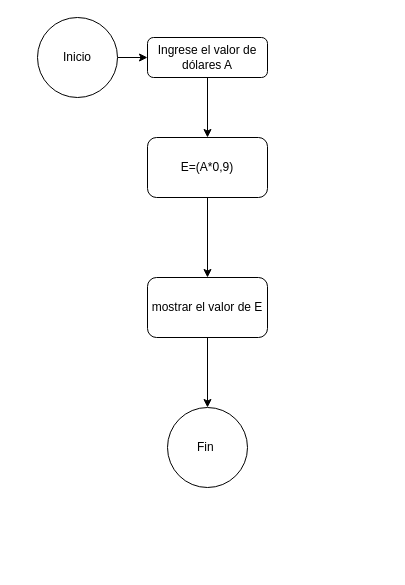
This is Diagrama sin título.drawio from Santiagopc18/Programaci-n-, a draw.io file, before an edit. Source tidied: cells renumbered, new cells numbered last; positions are measured from the earlier drawing's top-left corner, leaving out a move shared by most shapes. Both pictures are drawn from the tidied source at 100%, with x=0, y=0 at pixel (37, 17).
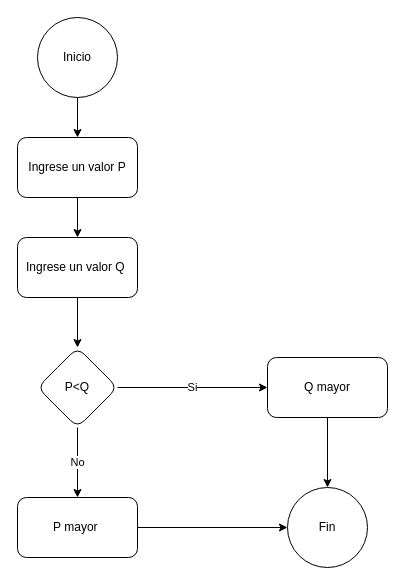
The same page after the edit.

Diff of the diagram source:
```diff
@@
 <mxGraphModel>
   <root>
     <mxCell id="0" />
     <mxCell id="1" parent="0" />
-    <mxCell id="2" style="edgeStyle=orthogonalEdgeStyle;rounded=0;jettySize=auto;html=1;" parent="1" edge="1" source="3" target="7">
-      <mxGeometry relative="1" as="geometry" />
-    </mxCell>
-    <mxCell id="3" value="Ingrese el valor de dólares A" style="rounded=1;whiteSpace=wrap;html=1;fontSize=12;glass=0;strokeWidth=1;shadow=0;" parent="1" vertex="1">
-      <mxGeometry x="110" y="20" width="120" height="40" as="geometry" />
-    </mxCell>
-    <mxCell id="4" style="edgeStyle=orthogonalEdgeStyle;rounded=0;jettySize=auto;html=1;" parent="1" edge="1" source="5" target="3">
-      <mxGeometry relative="1" as="geometry" />
-    </mxCell>
+    <mxCell id="11" style="edgeStyle=orthogonalEdgeStyle;rounded=0;jettySize=auto;html=1;" parent="1" edge="1" source="5" target="13">
+      <mxGeometry relative="1" as="geometry" />
+    </mxCell>
     <mxCell id="5" value="Inicio" style="ellipse;whiteSpace=wrap;html=1;" parent="1" vertex="1">
       <mxGeometry width="80" height="80" as="geometry" />
     </mxCell>
-    <mxCell id="6" style="edgeStyle=orthogonalEdgeStyle;rounded=0;jettySize=auto;html=1;" parent="1" edge="1" source="7" target="9">
-      <mxGeometry relative="1" as="geometry" />
-    </mxCell>
-    <mxCell id="7" value="E=(A*0,9)" style="rounded=1;whiteSpace=wrap;html=1;" parent="1" vertex="1">
-      <mxGeometry x="110" y="120" width="120" height="60" as="geometry" />
-    </mxCell>
-    <mxCell id="8" style="edgeStyle=orthogonalEdgeStyle;rounded=0;jettySize=auto;html=1;" parent="1" edge="1" source="9" target="10">
-      <mxGeometry relative="1" as="geometry" />
-    </mxCell>
-    <mxCell id="9" value="mostrar el valor de E" style="whiteSpace=wrap;html=1;rounded=1;" parent="1" vertex="1">
-      <mxGeometry x="110" y="260" width="120" height="60" as="geometry" />
-    </mxCell>
+    <mxCell id="12" style="edgeStyle=orthogonalEdgeStyle;rounded=0;jettySize=auto;html=1;" parent="1" edge="1" source="13" target="15">
+      <mxGeometry relative="1" as="geometry" />
+    </mxCell>
+    <mxCell id="13" value="Ingrese un valor P" style="rounded=1;whiteSpace=wrap;html=1;" parent="1" vertex="1">
+      <mxGeometry x="-20" y="120" width="120" height="60" as="geometry" />
+    </mxCell>
+    <mxCell id="14" style="edgeStyle=orthogonalEdgeStyle;rounded=0;jettySize=auto;html=1;" parent="1" edge="1" source="15" target="20">
+      <mxGeometry relative="1" as="geometry" />
+    </mxCell>
+    <mxCell id="15" value="Ingrese un valor Q&amp;nbsp;" style="rounded=1;whiteSpace=wrap;html=1;" parent="1" vertex="1">
+      <mxGeometry x="-20" y="220" width="120" height="60" as="geometry" />
+    </mxCell>
+    <mxCell id="16" style="edgeStyle=orthogonalEdgeStyle;rounded=0;jettySize=auto;html=1;" parent="1" edge="1" source="17" target="10">
+      <mxGeometry relative="1" as="geometry" />
+    </mxCell>
+    <mxCell id="17" value="Q mayor" style="rounded=1;whiteSpace=wrap;html=1;" parent="1" vertex="1">
+      <mxGeometry x="230" y="340" width="120" height="60" as="geometry" />
+    </mxCell>
+    <mxCell id="18" value="Si" style="edgeStyle=orthogonalEdgeStyle;rounded=0;jettySize=auto;html=1;" parent="1" edge="1" source="20" target="17">
+      <mxGeometry relative="1" as="geometry" />
+    </mxCell>
+    <mxCell id="19" value="No" style="edgeStyle=orthogonalEdgeStyle;rounded=0;jettySize=auto;html=1;" parent="1" edge="1" source="20" target="22">
+      <mxGeometry relative="1" as="geometry" />
+    </mxCell>
+    <mxCell id="20" value="P&amp;lt;Q" style="rhombus;whiteSpace=wrap;html=1;rounded=1;" parent="1" vertex="1">
+      <mxGeometry y="330" width="80" height="80" as="geometry" />
+    </mxCell>
+    <mxCell id="21" style="edgeStyle=orthogonalEdgeStyle;rounded=0;jettySize=auto;html=1;" parent="1" edge="1" source="22" target="10">
+      <mxGeometry relative="1" as="geometry" />
+    </mxCell>
+    <mxCell id="22" value="P mayor&amp;nbsp;" style="rounded=1;whiteSpace=wrap;html=1;" parent="1" vertex="1">
+      <mxGeometry x="-20" y="480" width="120" height="60" as="geometry" />
+    </mxCell>
-    <mxCell id="10" value="Fin&amp;nbsp;" style="ellipse;whiteSpace=wrap;html=1;rounded=1;" parent="1" vertex="1">
-      <mxGeometry x="130" y="390" width="80" height="80" as="geometry" />
+    <mxCell id="10" value="Fin" style="ellipse;whiteSpace=wrap;html=1;rounded=1;" parent="1" vertex="1">
+      <mxGeometry x="250" y="470" width="80" height="80" as="geometry" />
     </mxCell>
   </root>
 </mxGraphModel>
```
